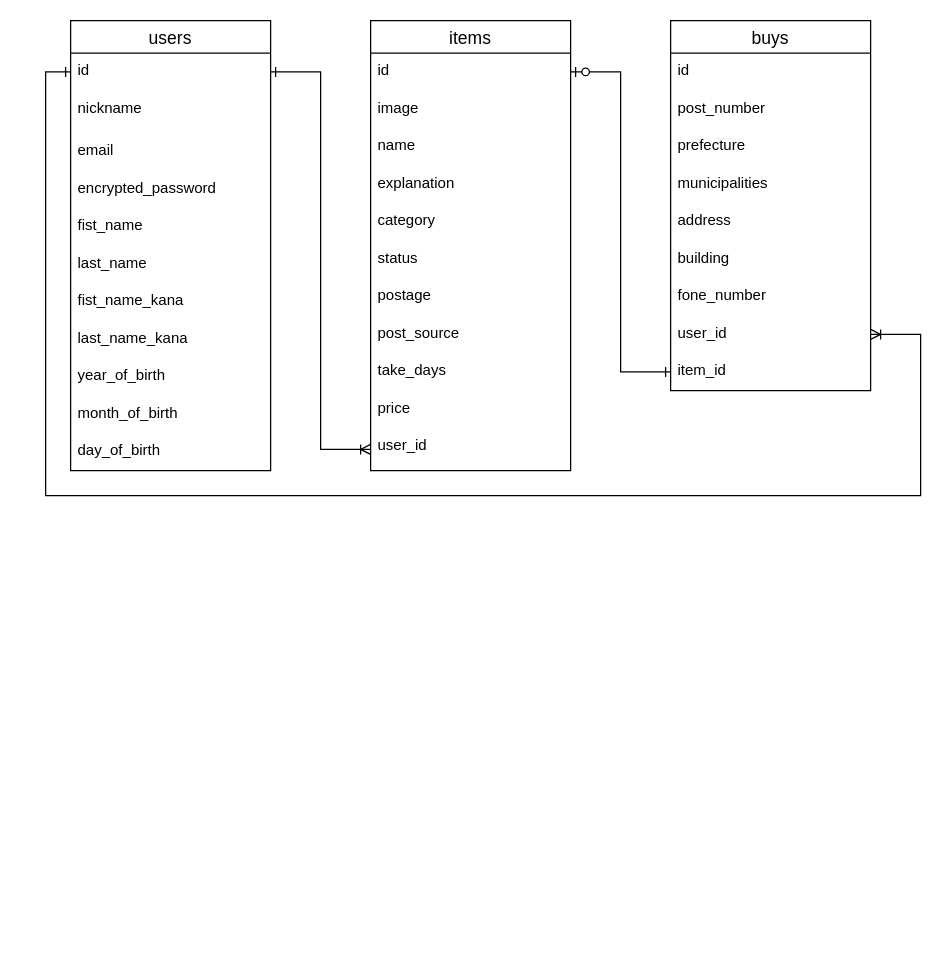
Above: db.dio in kaytabro/furima-35915 (draw.io), before the change. Source tidied: cells renumbered, new cells numbered last; positions are measured from the earlier drawing's top-left corner, leaving out a move shared by most shapes. Both pictures are drawn from the tidied source at 125%, with x=0, y=0 at pixel (45, 20).
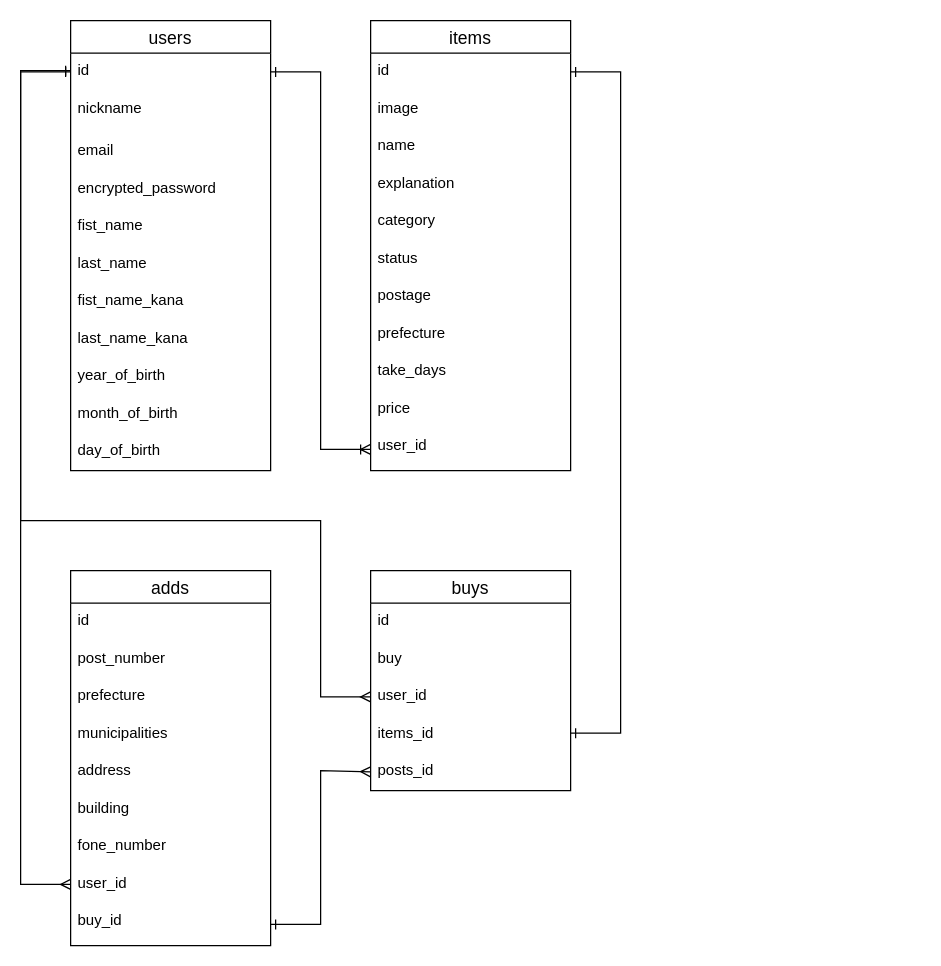
The same diagram, later.

Commit message (it also covers changes not shown here):
DB設計の修正１

The change refers to these unchanged cells:
```xml
<mxCell id="3" value="id" style="text;strokeColor=none;fillColor=none;spacingLeft=4;spacingRight=4;overflow=hidden;points=[[0,0.5],[1,0.5]];portConstraint=eastwest;fontSize=12;" parent="2" vertex="1">
  <mxGeometry y="26" width="160" height="30" as="geometry" />
</mxCell>
<mxCell id="14" value="items" style="swimlane;fontStyle=0;horizontal=1;startSize=26;align=center;fontSize=14;" parent="1" vertex="1">
  <mxGeometry x="260" width="160" height="360" as="geometry" />
</mxCell>
<mxCell id="15" value="id" style="text;strokeColor=none;fillColor=none;spacingLeft=4;spacingRight=4;overflow=hidden;points=[[0,0.5],[1,0.5]];portConstraint=eastwest;fontSize=12;" parent="14" vertex="1">
  <mxGeometry y="26" width="160" height="30" as="geometry" />
</mxCell>
<mxCell id="25" value="user_id" style="text;strokeColor=none;fillColor=none;spacingLeft=4;spacingRight=4;overflow=hidden;points=[[0,0.5],[1,0.5]];portConstraint=eastwest;fontSize=12;" parent="14" vertex="1">
  <mxGeometry y="326" width="160" height="34" as="geometry" />
</mxCell>
```

What changed in the source:
```diff
@@
-    <mxCell id="22" value="post_source" style="text;strokeColor=none;fillColor=none;spacingLeft=4;spacingRight=4;overflow=hidden;fontSize=12;" parent="14" vertex="1">
+    <mxCell id="22" value="prefecture" style="text;strokeColor=none;fillColor=none;spacingLeft=4;spacingRight=4;overflow=hidden;fontSize=12;" parent="14" vertex="1">
       <mxGeometry y="236" width="160" height="30" as="geometry" />
     </mxCell>
@@
     <mxCell id="26" value="buys" style="swimlane;fontStyle=0;horizontal=1;startSize=26;align=center;fontSize=14;" parent="1" vertex="1">
-      <mxGeometry x="500" width="160" height="296" as="geometry" />
+      <mxGeometry x="260" y="440" width="160" height="176" as="geometry" />
     </mxCell>
@@
+    <mxCell id="33" value="buy" style="text;strokeColor=none;fillColor=none;spacingLeft=4;spacingRight=4;overflow=hidden;fontSize=12;" parent="26" vertex="1">
+      <mxGeometry y="56" width="160" height="30" as="geometry" />
+    </mxCell>
+    <mxCell id="39" value="user_id&#10;" style="text;strokeColor=none;fillColor=none;spacingLeft=4;spacingRight=4;overflow=hidden;points=[[0,0.5],[1,0.5]];portConstraint=eastwest;fontSize=12;" parent="26" vertex="1">
+      <mxGeometry y="86" width="160" height="30" as="geometry" />
+    </mxCell>
+    <mxCell id="34" value="items_id&#10;" style="text;strokeColor=none;fillColor=none;spacingLeft=4;spacingRight=4;overflow=hidden;points=[[0,0.5],[1,0.5]];portConstraint=eastwest;fontSize=12;" parent="26" vertex="1">
+      <mxGeometry y="116" width="160" height="30" as="geometry" />
+    </mxCell>
+    <mxCell id="35" value="posts_id" style="text;strokeColor=none;fillColor=none;spacingLeft=4;spacingRight=4;overflow=hidden;points=[[0,0.5],[1,0.5]];portConstraint=eastwest;fontSize=12;" parent="26" vertex="1">
+      <mxGeometry y="146" width="160" height="30" as="geometry" />
+    </mxCell>
+    <mxCell id="38" style="edgeStyle=orthogonalEdgeStyle;rounded=0;jettySize=auto;html=1;exitX=1;exitY=0.5;exitDx=0;exitDy=0;entryX=0;entryY=0.5;entryDx=0;entryDy=0;startArrow=ERone;startFill=0;endArrow=ERoneToMany;endFill=0;" parent="1" edge="1" source="3" target="25">
+      <mxGeometry relative="1" as="geometry" />
+    </mxCell>
+    <mxCell id="40" value="adds" style="swimlane;fontStyle=0;horizontal=1;startSize=26;align=center;fontSize=14;" parent="1" vertex="1">
+      <mxGeometry x="20" y="440" width="160" height="300" as="geometry" />
+    </mxCell>
+    <mxCell id="41" value="id" style="text;strokeColor=none;fillColor=none;spacingLeft=4;spacingRight=4;overflow=hidden;fontSize=12;" parent="40" vertex="1">
+      <mxGeometry y="26" width="160" height="30" as="geometry" />
+    </mxCell>
-    <mxCell id="28" value="post_number" style="text;strokeColor=none;fillColor=none;spacingLeft=4;spacingRight=4;overflow=hidden;fontSize=12;" parent="26" vertex="1">
+    <mxCell id="28" value="post_number" style="text;strokeColor=none;fillColor=none;spacingLeft=4;spacingRight=4;overflow=hidden;fontSize=12;" parent="40" vertex="1">
       <mxGeometry y="56" width="160" height="30" as="geometry" />
     </mxCell>
-    <mxCell id="29" value="prefecture" style="text;strokeColor=none;fillColor=none;spacingLeft=4;spacingRight=4;overflow=hidden;fontSize=12;" parent="26" vertex="1">
+    <mxCell id="29" value="prefecture" style="text;strokeColor=none;fillColor=none;spacingLeft=4;spacingRight=4;overflow=hidden;fontSize=12;" parent="40" vertex="1">
       <mxGeometry y="86" width="160" height="30" as="geometry" />
     </mxCell>
-    <mxCell id="30" value="municipalities" style="text;strokeColor=none;fillColor=none;spacingLeft=4;spacingRight=4;overflow=hidden;fontSize=12;" parent="26" vertex="1">
+    <mxCell id="30" value="municipalities" style="text;strokeColor=none;fillColor=none;spacingLeft=4;spacingRight=4;overflow=hidden;fontSize=12;" parent="40" vertex="1">
       <mxGeometry y="116" width="160" height="30" as="geometry" />
     </mxCell>
-    <mxCell id="31" value="address" style="text;strokeColor=none;fillColor=none;spacingLeft=4;spacingRight=4;overflow=hidden;fontSize=12;" parent="26" vertex="1">
+    <mxCell id="31" value="address" style="text;strokeColor=none;fillColor=none;spacingLeft=4;spacingRight=4;overflow=hidden;fontSize=12;" parent="40" vertex="1">
       <mxGeometry y="146" width="160" height="30" as="geometry" />
     </mxCell>
-    <mxCell id="32" value="building" style="text;strokeColor=none;fillColor=none;spacingLeft=4;spacingRight=4;overflow=hidden;fontSize=12;" parent="26" vertex="1">
+    <mxCell id="32" value="building" style="text;strokeColor=none;fillColor=none;spacingLeft=4;spacingRight=4;overflow=hidden;fontSize=12;" parent="40" vertex="1">
       <mxGeometry y="176" width="160" height="30" as="geometry" />
     </mxCell>
-    <mxCell id="33" value="fone_number" style="text;strokeColor=none;fillColor=none;spacingLeft=4;spacingRight=4;overflow=hidden;fontSize=12;" parent="26" vertex="1">
-      <mxGeometry y="206" width="160" height="30" as="geometry" />
-    </mxCell>
-    <mxCell id="34" value="user_id&#10;" style="text;strokeColor=none;fillColor=none;spacingLeft=4;spacingRight=4;overflow=hidden;points=[[0,0.5],[1,0.5]];portConstraint=eastwest;fontSize=12;" parent="26" vertex="1">
-      <mxGeometry y="236" width="160" height="30" as="geometry" />
-    </mxCell>
-    <mxCell id="35" value="item_id" style="text;strokeColor=none;fillColor=none;spacingLeft=4;spacingRight=4;overflow=hidden;points=[[0,0.5],[1,0.5]];portConstraint=eastwest;fontSize=12;" parent="26" vertex="1">
-      <mxGeometry y="266" width="160" height="30" as="geometry" />
-    </mxCell>
-    <mxCell id="36" style="edgeStyle=orthogonalEdgeStyle;rounded=0;jettySize=auto;html=1;exitX=0;exitY=0.5;exitDx=0;exitDy=0;entryX=1;entryY=0.5;entryDx=0;entryDy=0;startArrow=ERone;startFill=0;endArrow=ERoneToMany;endFill=0;" parent="1" edge="1" source="3" target="34">
-      <mxGeometry relative="1" as="geometry">
-        <Array as="points">
-          <mxPoint y="41" />
-          <mxPoint y="380" />
-          <mxPoint x="700" y="380" />
-          <mxPoint x="700" y="251" />
-        </Array>
-      </mxGeometry>
-    </mxCell>
-    <mxCell id="37" style="edgeStyle=orthogonalEdgeStyle;rounded=0;jettySize=auto;html=1;exitX=1;exitY=0.5;exitDx=0;exitDy=0;entryX=0;entryY=0.5;entryDx=0;entryDy=0;startArrow=ERzeroToOne;startFill=1;endArrow=ERone;endFill=0;" parent="1" edge="1" source="15" target="35">
-      <mxGeometry relative="1" as="geometry">
-        <Array as="points">
-          <mxPoint x="460" y="41" />
-          <mxPoint x="460" y="281" />
-        </Array>
-      </mxGeometry>
-    </mxCell>
-    <mxCell id="38" style="edgeStyle=orthogonalEdgeStyle;rounded=0;jettySize=auto;html=1;exitX=1;exitY=0.5;exitDx=0;exitDy=0;entryX=0;entryY=0.5;entryDx=0;entryDy=0;startArrow=ERone;startFill=0;endArrow=ERoneToMany;endFill=0;" parent="1" edge="1" source="3" target="25">
-      <mxGeometry relative="1" as="geometry" />
-    </mxCell>
+    <mxCell id="42" value="fone_number" style="text;strokeColor=none;fillColor=none;spacingLeft=4;spacingRight=4;overflow=hidden;fontSize=12;" parent="40" vertex="1">
+      <mxGeometry y="206" width="160" height="30" as="geometry" />
+    </mxCell>
+    <mxCell id="43" value="user_id&#10;" style="text;strokeColor=none;fillColor=none;spacingLeft=4;spacingRight=4;overflow=hidden;points=[[0,0.5],[1,0.5]];portConstraint=eastwest;fontSize=12;" parent="40" vertex="1">
+      <mxGeometry y="236" width="160" height="30" as="geometry" />
+    </mxCell>
+    <mxCell id="44" value="buy_id" style="text;strokeColor=none;fillColor=none;spacingLeft=4;spacingRight=4;overflow=hidden;points=[[0,0.5],[1,0.5]];portConstraint=eastwest;fontSize=12;" parent="40" vertex="1">
+      <mxGeometry y="266" width="160" height="34" as="geometry" />
+    </mxCell>
+    <mxCell id="45" style="edgeStyle=orthogonalEdgeStyle;rounded=0;jettySize=auto;html=1;exitX=1;exitY=0.5;exitDx=0;exitDy=0;startArrow=ERone;startFill=0;endArrow=ERone;endFill=0;" parent="1" edge="1" source="15">
+      <mxGeometry relative="1" as="geometry">
+        <mxPoint x="420" y="570" as="targetPoint" />
+        <Array as="points">
+          <mxPoint x="460" y="41" />
+          <mxPoint x="460" y="570" />
+          <mxPoint x="420" y="570" />
+        </Array>
+      </mxGeometry>
+    </mxCell>
+    <mxCell id="46" style="edgeStyle=orthogonalEdgeStyle;rounded=0;jettySize=auto;html=1;exitX=1;exitY=0.5;exitDx=0;exitDy=0;startArrow=ERone;startFill=0;endArrow=ERmany;endFill=0;entryX=0;entryY=0.5;entryDx=0;entryDy=0;" parent="1" edge="1" source="44" target="35">
+      <mxGeometry relative="1" as="geometry">
+        <Array as="points">
+          <mxPoint x="220" y="723" />
+          <mxPoint x="220" y="600" />
+        </Array>
+      </mxGeometry>
+    </mxCell>
+    <mxCell id="47" style="edgeStyle=orthogonalEdgeStyle;rounded=0;jettySize=auto;html=1;exitX=0;exitY=0.5;exitDx=0;exitDy=0;startArrow=ERone;startFill=0;endArrow=ERmany;endFill=0;entryX=0;entryY=0.5;entryDx=0;entryDy=0;" parent="1" edge="1" source="3" target="43">
+      <mxGeometry relative="1" as="geometry">
+        <Array as="points">
+          <mxPoint x="-20" y="41" />
+          <mxPoint x="-20" y="691" />
+        </Array>
+      </mxGeometry>
+    </mxCell>
+    <mxCell id="48" style="edgeStyle=orthogonalEdgeStyle;rounded=0;jettySize=auto;html=1;exitX=0;exitY=0.5;exitDx=0;exitDy=0;startArrow=ERone;startFill=0;endArrow=ERmany;endFill=0;entryX=0;entryY=0.5;entryDx=0;entryDy=0;" parent="1" edge="1" target="39">
+      <mxGeometry relative="1" as="geometry">
+        <mxPoint x="20" y="40" as="sourcePoint" />
+        <Array as="points">
+          <mxPoint x="-20" y="40" />
+          <mxPoint x="-20" y="400" />
+          <mxPoint x="220" y="400" />
+          <mxPoint x="220" y="541" />
+        </Array>
+      </mxGeometry>
+    </mxCell>
```
